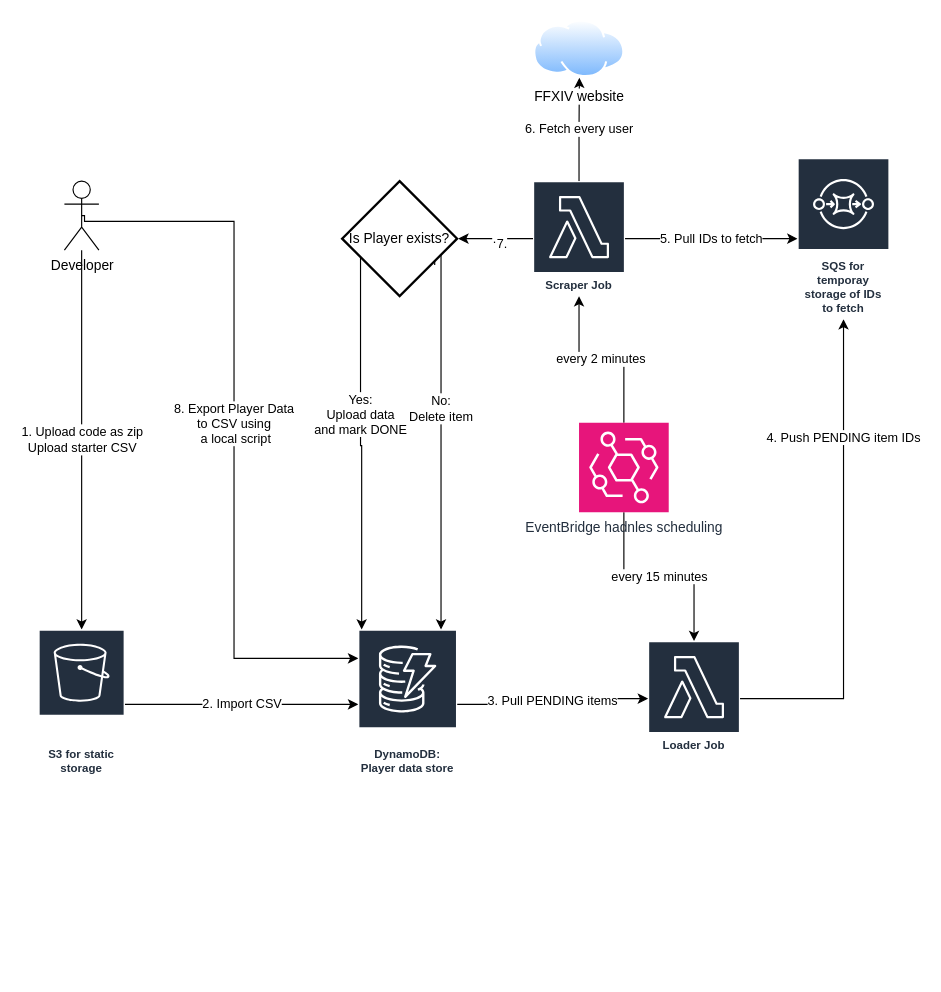
This is FFXIV_crawler.drawio from k33m0l/ffxiv-char-data, a draw.io file, before an edit. Source tidied: cells renumbered, new cells numbered last; positions are measured from the earlier drawing's top-left corner, leaving out a move shared by most shapes. Both pictures are drawn from the tidied source at 115%, with x=0, y=0 at pixel (38, 20).
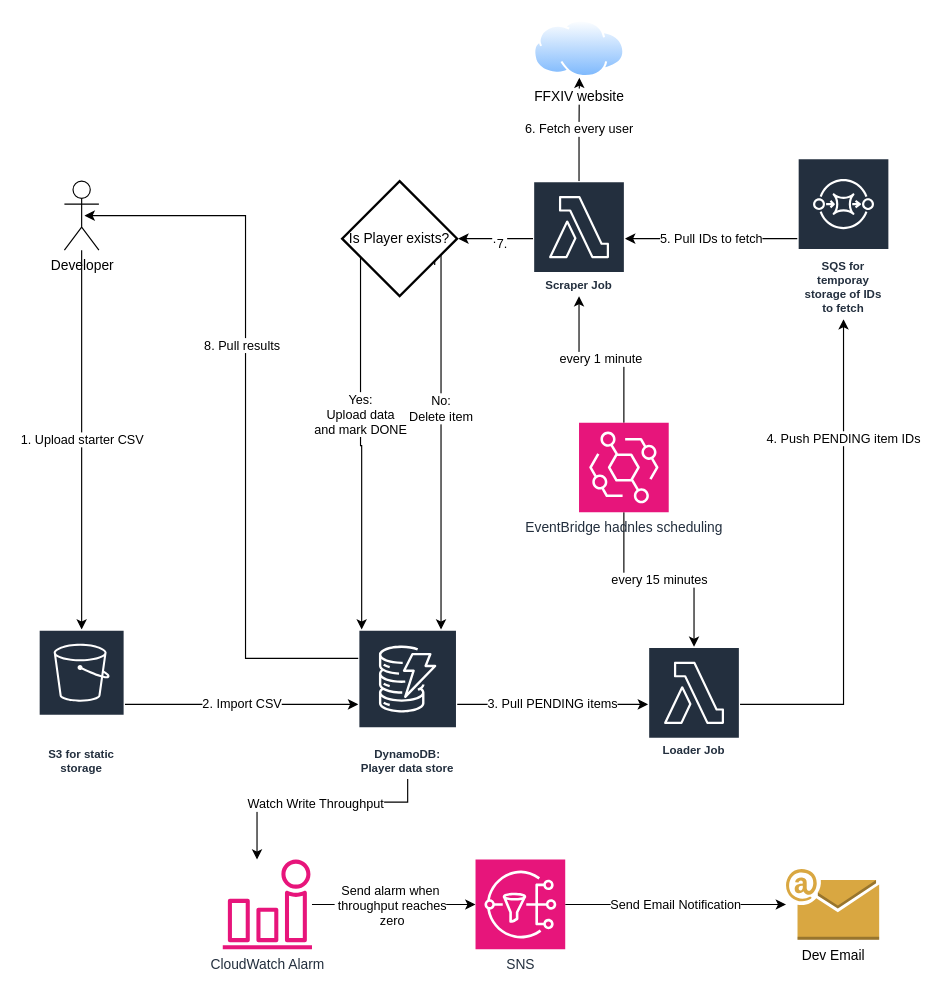
Above is the later version.

Commit message (it also covers changes not shown here):
Update architecture diagrams

The change refers to these unchanged cells:
```xml
<mxCell id="4" value="Developer" style="shape=umlActor;verticalLabelPosition=bottom;verticalAlign=top;html=1;" parent="1" vertex="1">
  <mxGeometry x="22.5" y="140" width="30" height="60" as="geometry" />
</mxCell>
<mxCell id="6" value="S3 for static storage" style="sketch=0;outlineConnect=0;fontColor=#232F3E;gradientColor=none;strokeColor=#ffffff;fillColor=#232F3E;dashed=0;verticalLabelPosition=middle;verticalAlign=bottom;align=center;html=1;whiteSpace=wrap;fontSize=10;fontStyle=1;spacing=3;shape=mxgraph.aws4.productIcon;prIcon=mxgraph.aws4.s3;" parent="1" vertex="1">
  <mxGeometry y="530" width="75" height="130" as="geometry" />
</mxCell>
<mxCell id="8" value="DynamoDB: Player data store" style="sketch=0;outlineConnect=0;fontColor=#232F3E;gradientColor=none;strokeColor=#ffffff;fillColor=#232F3E;dashed=0;verticalLabelPosition=middle;verticalAlign=bottom;align=center;html=1;whiteSpace=wrap;fontSize=10;fontStyle=1;spacing=3;shape=mxgraph.aws4.productIcon;prIcon=mxgraph.aws4.dynamodb;" parent="1" vertex="1">
  <mxGeometry x="278" y="530" width="86" height="130" as="geometry" />
</mxCell>
<mxCell id="15" value="Scraper Job" style="sketch=0;outlineConnect=0;fontColor=#232F3E;gradientColor=none;strokeColor=#ffffff;fillColor=#232F3E;dashed=0;verticalLabelPosition=middle;verticalAlign=bottom;align=center;html=1;whiteSpace=wrap;fontSize=10;fontStyle=1;spacing=3;shape=mxgraph.aws4.productIcon;prIcon=mxgraph.aws4.lambda;" parent="1" vertex="1">
  <mxGeometry x="430" y="140" width="80" height="100" as="geometry" />
</mxCell>
<mxCell id="16" value="SQS for temporay storage of IDs to fetch" style="sketch=0;outlineConnect=0;fontColor=#232F3E;gradientColor=none;strokeColor=#ffffff;fillColor=#232F3E;dashed=0;verticalLabelPosition=middle;verticalAlign=bottom;align=center;html=1;whiteSpace=wrap;fontSize=10;fontStyle=1;spacing=3;shape=mxgraph.aws4.productIcon;prIcon=mxgraph.aws4.sqs;" parent="1" vertex="1">
  <mxGeometry x="660" y="120" width="80" height="140" as="geometry" />
</mxCell>
<mxCell id="23" value="EventBridge hadnles scheduling" style="sketch=0;points=[[0,0,0],[0.25,0,0],[0.5,0,0],[0.75,0,0],[1,0,0],[0,1,0],[0.25,1,0],[0.5,1,0],[0.75,1,0],[1,1,0],[0,0.25,0],[0,0.5,0],[0,0.75,0],[1,0.25,0],[1,0.5,0],[1,0.75,0]];outlineConnect=0;fontColor=#232F3E;fillColor=#E7157B;strokeColor=#ffffff;dashed=0;verticalLabelPosition=bottom;verticalAlign=top;align=center;html=1;fontSize=12;fontStyle=0;shape=mxgraph.aws4.resourceIcon;resIcon=mxgraph.aws4.eventbridge;" parent="1" vertex="1">
  <mxGeometry x="470" y="350" width="78" height="78" as="geometry" />
</mxCell>
```

What changed in the source:
```diff
@@
-    <mxCell id="2" value="1. Upload code as zip&lt;br&gt;Upload starter CSV" style="edgeStyle=orthogonalEdgeStyle;rounded=0;jettySize=auto;html=1;" parent="1" edge="1" source="4" target="6">
+    <mxCell id="2" value="1. Upload starter CSV" style="edgeStyle=orthogonalEdgeStyle;rounded=0;jettySize=auto;html=1;" parent="1" edge="1" source="4" target="6">
       <mxGeometry relative="1" as="geometry" />
     </mxCell>
-    <mxCell id="3" value="8. Export Player Data&lt;br&gt;to CSV using&lt;br&gt;&amp;nbsp;a local script" style="edgeStyle=orthogonalEdgeStyle;rounded=0;jettySize=auto;html=1;exitX=0.5;exitY=0.5;exitDx=0;exitDy=0;exitPerimeter=0;" parent="1" edge="1" source="4">
-      <mxGeometry relative="1" as="geometry">
-        <mxPoint x="278" y="555" as="targetPoint" />
-        <Array as="points">
-          <mxPoint x="40" y="170" />
-          <mxPoint x="40" y="175" />
-          <mxPoint x="170" y="175" />
-          <mxPoint x="170" y="555" />
-        </Array>
-      </mxGeometry>
-    </mxCell>
@@
     <mxCell id="10" value="Loader Job" style="sketch=0;outlineConnect=0;fontColor=#232F3E;gradientColor=none;strokeColor=#ffffff;fillColor=#232F3E;dashed=0;verticalLabelPosition=middle;verticalAlign=bottom;align=center;html=1;whiteSpace=wrap;fontSize=10;fontStyle=1;spacing=3;shape=mxgraph.aws4.productIcon;prIcon=mxgraph.aws4.lambda;" parent="1" vertex="1">
-      <mxGeometry x="530" y="540" width="80" height="100" as="geometry" />
+      <mxGeometry x="530" y="545" width="80" height="100" as="geometry" />
     </mxCell>
-    <mxCell id="11" value="5. Pull IDs to fetch" style="edgeStyle=orthogonalEdgeStyle;rounded=0;jettySize=auto;html=1;" parent="1" edge="1" source="15" target="16">
+    <mxCell id="11" value="5. Pull IDs to fetch" style="edgeStyle=orthogonalEdgeStyle;rounded=0;jettySize=auto;html=1;" parent="1" edge="1" source="16" target="15">
       <mxGeometry relative="1" as="geometry" />
     </mxCell>
@@
-    <mxCell id="22" value="every 2 minutes" style="edgeStyle=orthogonalEdgeStyle;rounded=0;jettySize=auto;html=1;" parent="1" edge="1" source="23" target="15">
+    <mxCell id="22" value="every 1&lt;span style=&quot;background-color: light-dark(#ffffff, var(--ge-dark-color, #121212)); color: light-dark(rgb(0, 0, 0), rgb(255, 255, 255));&quot;&gt;&amp;nbsp;minute&lt;/span&gt;" style="edgeStyle=orthogonalEdgeStyle;rounded=0;jettySize=auto;html=1;" parent="1" edge="1" source="23" target="15">
       <mxGeometry relative="1" as="geometry" />
     </mxCell>
@@
+    <mxCell id="24" value="Send Email Notification" style="edgeStyle=orthogonalEdgeStyle;rounded=0;jettySize=auto;html=1;" parent="1" edge="1" source="25" target="26">
+      <mxGeometry relative="1" as="geometry" />
+    </mxCell>
+    <mxCell id="25" value="SNS" style="sketch=0;points=[[0,0,0],[0.25,0,0],[0.5,0,0],[0.75,0,0],[1,0,0],[0,1,0],[0.25,1,0],[0.5,1,0],[0.75,1,0],[1,1,0],[0,0.25,0],[0,0.5,0],[0,0.75,0],[1,0.25,0],[1,0.5,0],[1,0.75,0]];outlineConnect=0;fontColor=#232F3E;fillColor=#E7157B;strokeColor=#ffffff;dashed=0;verticalLabelPosition=bottom;verticalAlign=top;align=center;html=1;fontSize=12;fontStyle=0;shape=mxgraph.aws4.resourceIcon;resIcon=mxgraph.aws4.sns;" parent="1" vertex="1">
+      <mxGeometry x="380" y="730" width="78" height="78" as="geometry" />
+    </mxCell>
+    <mxCell id="26" value="Dev Email" style="outlineConnect=0;dashed=0;verticalLabelPosition=bottom;verticalAlign=top;align=center;html=1;shape=mxgraph.aws3.email;fillColor=#D9A741;gradientColor=none;" parent="1" vertex="1">
+      <mxGeometry x="650" y="738.2" width="81" height="61.5" as="geometry" />
+    </mxCell>
+    <mxCell id="27" style="edgeStyle=orthogonalEdgeStyle;rounded=0;jettySize=auto;html=1;entryX=0.384;entryY=0;entryDx=0;entryDy=0;entryPerimeter=0;" parent="1" edge="1" source="8" target="31">
+      <mxGeometry relative="1" as="geometry">
+        <Array as="points">
+          <mxPoint x="321" y="680" />
+          <mxPoint x="190" y="680" />
+        </Array>
+      </mxGeometry>
+    </mxCell>
+    <mxCell id="28" value="Watch Write Throughput" style="edgeLabel;html=1;align=center;verticalAlign=middle;" parent="27" vertex="1">
+      <mxGeometry y="1" relative="1" as="geometry" />
+    </mxCell>
+    <mxCell id="29" style="edgeStyle=orthogonalEdgeStyle;rounded=0;jettySize=auto;html=1;" parent="1" edge="1" source="31" target="25">
+      <mxGeometry relative="1" as="geometry" />
+    </mxCell>
+    <mxCell id="30" value="Send alarm when&lt;div&gt;&amp;nbsp;throughput reaches&lt;/div&gt;&lt;div&gt;&amp;nbsp;zero&lt;/div&gt;" style="edgeLabel;html=1;align=center;verticalAlign=middle;" parent="29" vertex="1">
+      <mxGeometry x="0.17" y="-2" relative="1" as="geometry">
+        <mxPoint x="-15" y="-2" as="offset" />
+      </mxGeometry>
+    </mxCell>
+    <mxCell id="31" value="CloudWatch Alarm" style="sketch=0;outlineConnect=0;fontColor=#232F3E;gradientColor=none;fillColor=#E7157B;strokeColor=none;dashed=0;verticalLabelPosition=bottom;verticalAlign=top;align=center;html=1;fontSize=12;fontStyle=0;shape=mxgraph.aws4.alarm;" parent="1" vertex="1">
+      <mxGeometry x="160" y="730" width="78" height="78" as="geometry" />
+    </mxCell>
+    <mxCell id="32" style="edgeStyle=orthogonalEdgeStyle;rounded=0;orthogonalLoop=1;jettySize=auto;html=1;" parent="1" edge="1">
+      <mxGeometry relative="1" as="geometry">
+        <mxPoint x="278" y="555" as="sourcePoint" />
+        <mxPoint x="40" y="170" as="targetPoint" />
+        <Array as="points">
+          <mxPoint x="180" y="555" />
+          <mxPoint x="180" y="170" />
+          <mxPoint x="40" y="170" />
+        </Array>
+      </mxGeometry>
+    </mxCell>
+    <mxCell id="33" value="8. Pull results" style="edgeLabel;html=1;align=center;verticalAlign=middle;" parent="32" vertex="1">
+      <mxGeometry x="0.19" y="4" relative="1" as="geometry" />
+    </mxCell>
```
